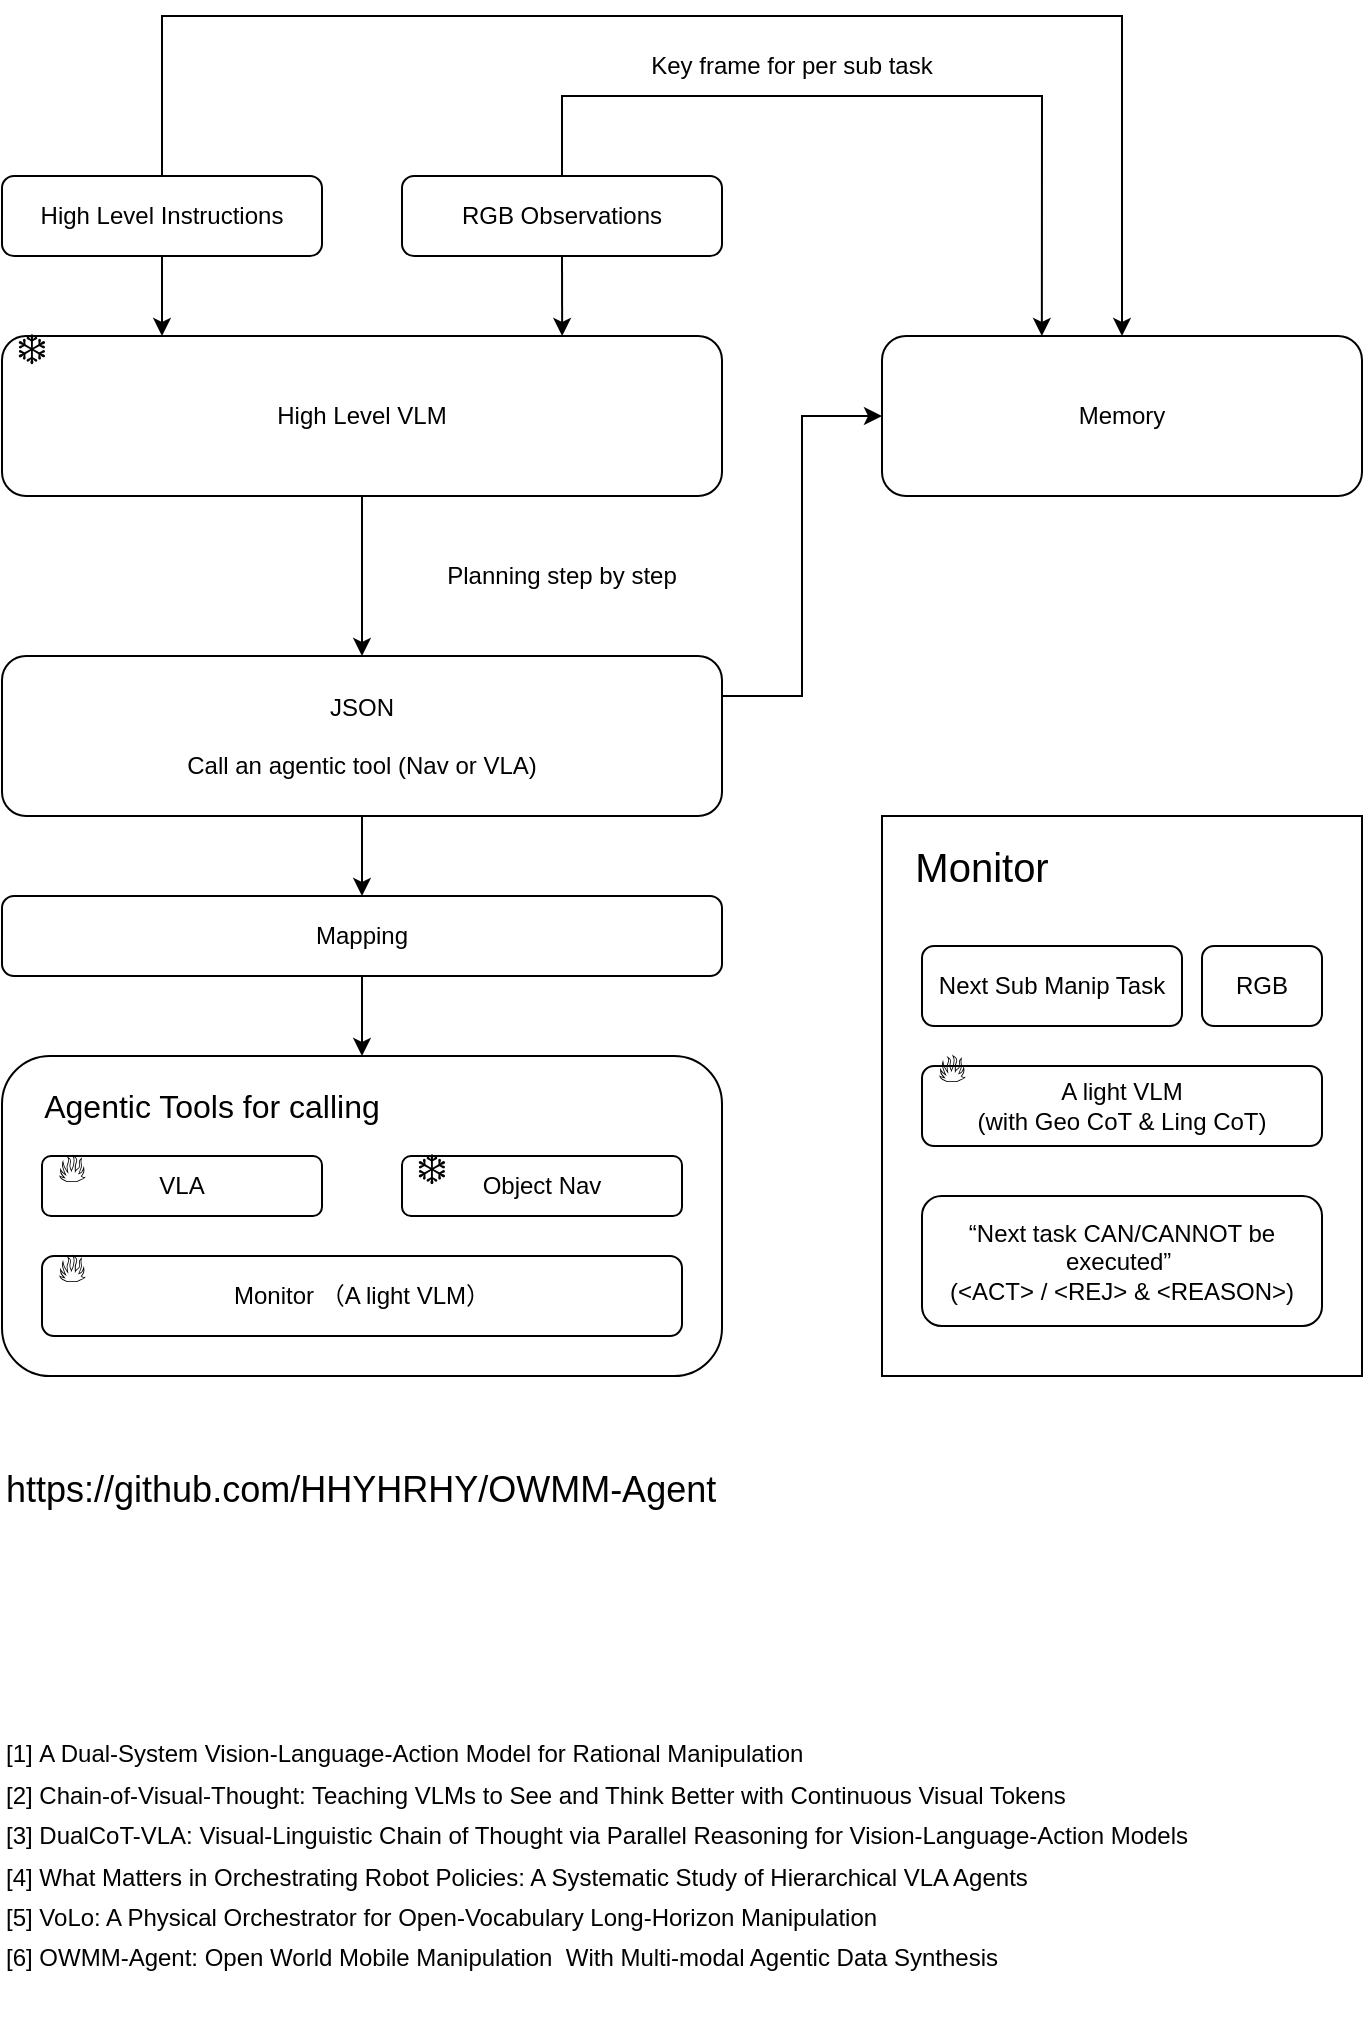
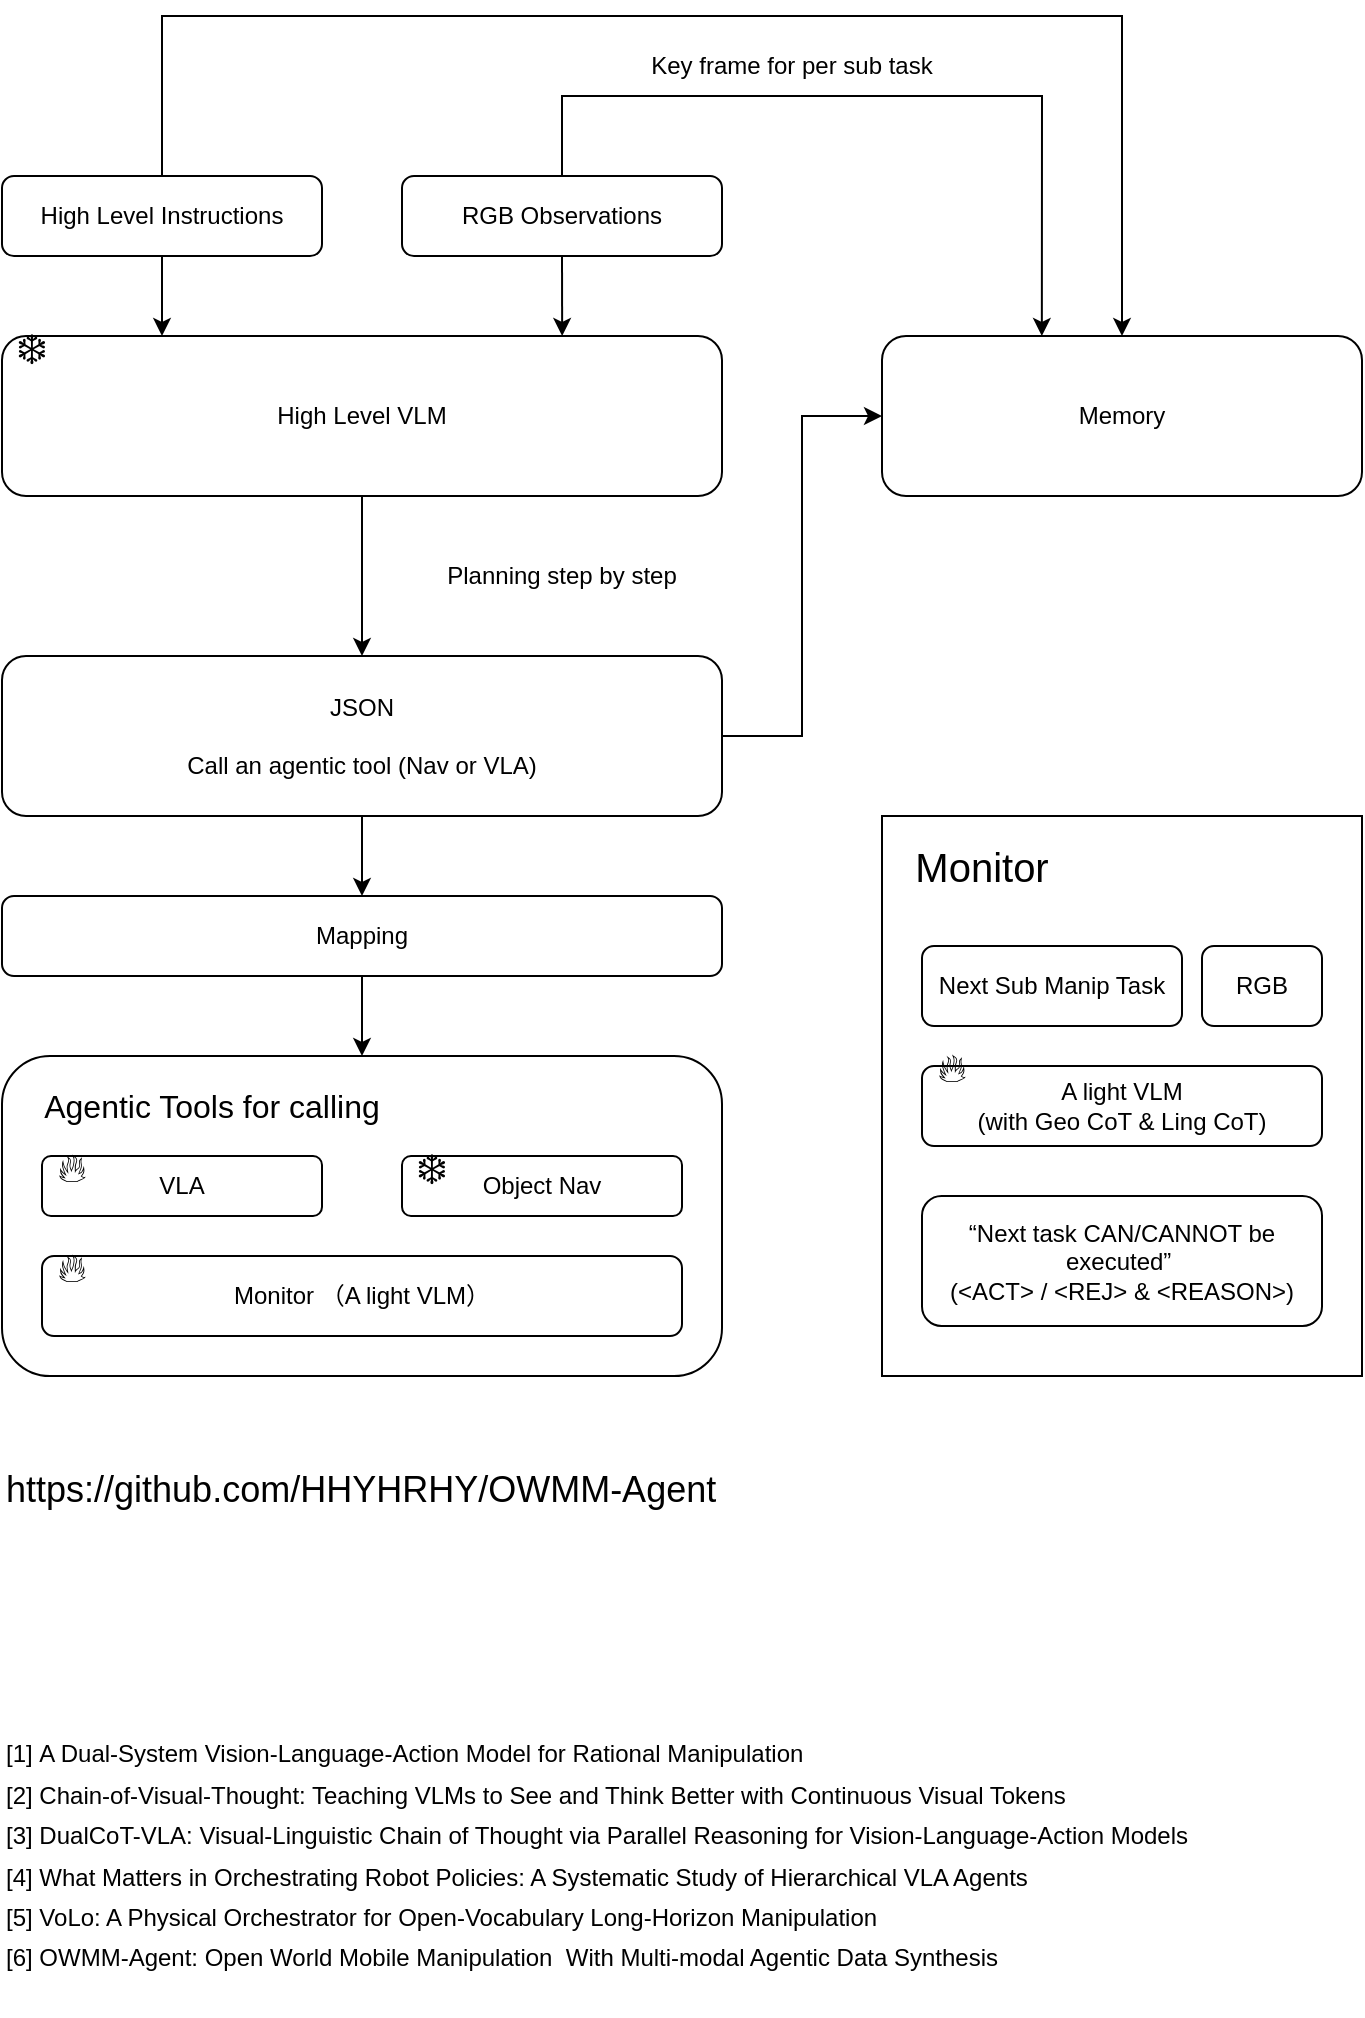
<mxfile host="app.diagrams.net" agent="Mozilla/5.0 (Macintosh; Intel Mac OS X 10_15_7) AppleWebKit/537.36 (KHTML, like Gecko) Chrome/149.0.0.0 Safari/537.36" version="29.6.4">
  <diagram name="第 1 页" id="SWobSzjGXZ1coKkqmKQ2">
-     <mxGraphModel dx="1351" dy="851" grid="1" gridSize="10" guides="1" tooltips="1" connect="1" arrows="1" fold="1" page="1" pageScale="1" pageWidth="827" pageHeight="1169" math="0" shadow="0">
+     <mxGraphModel dx="1158" dy="730" grid="1" gridSize="10" guides="1" tooltips="1" connect="1" arrows="1" fold="1" page="1" pageScale="1" pageWidth="827" pageHeight="1169" math="0" shadow="0">
      <root>
        <mxCell id="0" />
        <mxCell id="1" parent="0" />
        <mxCell id="7Ym0Fd_QV1WrJOhFT2Ra-2" parent="1" style="rounded=1;whiteSpace=wrap;html=1;" value="High Level Instructions" vertex="1">
          <mxGeometry height="40" width="160" x="80" y="200" as="geometry" />
        </mxCell>
        <mxCell id="7Ym0Fd_QV1WrJOhFT2Ra-3" parent="1" style="rounded=1;whiteSpace=wrap;html=1;" value="RGB Observations" vertex="1">
          <mxGeometry height="40" width="160" x="280" y="200" as="geometry" />
        </mxCell>
        <mxCell id="7Ym0Fd_QV1WrJOhFT2Ra-4" parent="1" style="rounded=1;whiteSpace=wrap;html=1;" value="High Level VLM" vertex="1">
          <mxGeometry height="80" width="360" x="80" y="280" as="geometry" />
        </mxCell>
        <mxCell id="7Ym0Fd_QV1WrJOhFT2Ra-5" edge="1" parent="1" source="7Ym0Fd_QV1WrJOhFT2Ra-2" style="endArrow=classic;html=1;rounded=0;exitX=0.5;exitY=1;exitDx=0;exitDy=0;" value="">
          <mxGeometry height="50" relative="1" width="50" as="geometry">
            <mxPoint x="540" y="590" as="sourcePoint" />
            <mxPoint x="160" y="280" as="targetPoint" />
          </mxGeometry>
        </mxCell>
        <mxCell id="7Ym0Fd_QV1WrJOhFT2Ra-6" edge="1" parent="1" source="7Ym0Fd_QV1WrJOhFT2Ra-3" style="endArrow=classic;html=1;rounded=0;exitX=0.5;exitY=1;exitDx=0;exitDy=0;entryX=0.778;entryY=0;entryDx=0;entryDy=0;entryPerimeter=0;" target="7Ym0Fd_QV1WrJOhFT2Ra-4" value="">
          <mxGeometry height="50" relative="1" width="50" as="geometry">
            <mxPoint x="270" y="260" as="sourcePoint" />
            <mxPoint x="370" y="310" as="targetPoint" />
          </mxGeometry>
        </mxCell>
        <mxCell id="7Ym0Fd_QV1WrJOhFT2Ra-7" parent="1" style="rounded=1;whiteSpace=wrap;html=1;" value="" vertex="1">
          <mxGeometry height="160" width="360" x="80" y="640" as="geometry" />
        </mxCell>
        <mxCell id="7Ym0Fd_QV1WrJOhFT2Ra-8" parent="1" style="text;html=1;whiteSpace=wrap;strokeColor=none;fillColor=none;align=center;verticalAlign=middle;rounded=0;fontSize=16;" value="Agentic Tools for calling" vertex="1">
          <mxGeometry height="30" width="170" x="100" y="650" as="geometry" />
        </mxCell>
        <mxCell id="7Ym0Fd_QV1WrJOhFT2Ra-9" parent="1" style="rounded=1;whiteSpace=wrap;html=1;" value="VLA" vertex="1">
          <mxGeometry height="30" width="140" x="100" y="690" as="geometry" />
        </mxCell>
        <mxCell id="7Ym0Fd_QV1WrJOhFT2Ra-10" parent="1" style="rounded=1;whiteSpace=wrap;html=1;" value="Object Nav" vertex="1">
          <mxGeometry height="30" width="140" x="280" y="690" as="geometry" />
        </mxCell>
        <mxCell id="7Ym0Fd_QV1WrJOhFT2Ra-18" edge="1" parent="1" source="7Ym0Fd_QV1WrJOhFT2Ra-12" style="edgeStyle=orthogonalEdgeStyle;rounded=0;orthogonalLoop=1;jettySize=auto;html=1;" target="7Ym0Fd_QV1WrJOhFT2Ra-17" value="">
          <mxGeometry relative="1" as="geometry" />
        </mxCell>
        <mxCell id="7Ym0Fd_QV1WrJOhFT2Ra-33" edge="1" parent="1" source="7Ym0Fd_QV1WrJOhFT2Ra-12" style="edgeStyle=orthogonalEdgeStyle;rounded=0;orthogonalLoop=1;jettySize=auto;html=1;exitX=1;exitY=0.5;exitDx=0;exitDy=0;entryX=0;entryY=0.5;entryDx=0;entryDy=0;" target="7Ym0Fd_QV1WrJOhFT2Ra-21">
          <mxGeometry relative="1" as="geometry">
            <Array as="points">
-               <mxPoint x="440" y="460" />
-               <mxPoint x="480" y="460" />
+               <mxPoint x="480" y="480" />
              <mxPoint x="480" y="320" />
            </Array>
          </mxGeometry>
        </mxCell>
        <mxCell id="7Ym0Fd_QV1WrJOhFT2Ra-12" parent="1" style="rounded=1;whiteSpace=wrap;html=1;" value="&lt;div&gt;&lt;br&gt;&lt;/div&gt;JSON&lt;div&gt;&lt;br&gt;&lt;/div&gt;&lt;div&gt;Call an agentic tool (Nav or VLA)&lt;/div&gt;&lt;div&gt;&lt;br&gt;&lt;/div&gt;" vertex="1">
          <mxGeometry height="80" width="360" x="80" y="440" as="geometry" />
        </mxCell>
        <mxCell id="7Ym0Fd_QV1WrJOhFT2Ra-13" edge="1" parent="1" source="7Ym0Fd_QV1WrJOhFT2Ra-4" style="endArrow=classic;html=1;rounded=0;exitX=0.5;exitY=1;exitDx=0;exitDy=0;entryX=0.5;entryY=0;entryDx=0;entryDy=0;" target="7Ym0Fd_QV1WrJOhFT2Ra-12" value="">
          <mxGeometry height="50" relative="1" width="50" as="geometry">
            <mxPoint x="520" y="410" as="sourcePoint" />
            <mxPoint x="570" y="360" as="targetPoint" />
          </mxGeometry>
        </mxCell>
        <mxCell id="7Ym0Fd_QV1WrJOhFT2Ra-14" parent="1" style="text;html=1;whiteSpace=wrap;strokeColor=none;fillColor=none;align=center;verticalAlign=middle;rounded=0;" value="Planning step by step" vertex="1">
          <mxGeometry height="40" width="160" x="280" y="380" as="geometry" />
        </mxCell>
        <mxCell id="7Ym0Fd_QV1WrJOhFT2Ra-20" edge="1" parent="1" source="7Ym0Fd_QV1WrJOhFT2Ra-17" style="edgeStyle=orthogonalEdgeStyle;rounded=0;orthogonalLoop=1;jettySize=auto;html=1;entryX=0.5;entryY=0;entryDx=0;entryDy=0;" target="7Ym0Fd_QV1WrJOhFT2Ra-7">
          <mxGeometry relative="1" as="geometry" />
        </mxCell>
        <mxCell id="7Ym0Fd_QV1WrJOhFT2Ra-17" parent="1" style="rounded=1;whiteSpace=wrap;html=1;" value="Mapping" vertex="1">
          <mxGeometry height="40" width="360" x="80" y="560" as="geometry" />
        </mxCell>
        <mxCell id="7Ym0Fd_QV1WrJOhFT2Ra-21" parent="1" style="rounded=1;whiteSpace=wrap;html=1;" value="Memory" vertex="1">
          <mxGeometry height="80" width="240" x="520" y="280" as="geometry" />
        </mxCell>
        <mxCell id="7Ym0Fd_QV1WrJOhFT2Ra-25" parent="1" style="text;html=1;whiteSpace=wrap;strokeColor=none;fillColor=none;align=center;verticalAlign=middle;rounded=0;fontSize=20;" value="❄️" vertex="1">
          <mxGeometry height="30" width="30" x="80" y="270" as="geometry" />
        </mxCell>
        <mxCell id="7Ym0Fd_QV1WrJOhFT2Ra-26" parent="1" style="text;html=1;whiteSpace=wrap;strokeColor=none;fillColor=none;align=center;verticalAlign=middle;rounded=0;fontSize=20;" value="🔥" vertex="1">
          <mxGeometry height="30" width="30" x="100" y="680" as="geometry" />
        </mxCell>
        <mxCell id="7Ym0Fd_QV1WrJOhFT2Ra-27" parent="1" style="text;html=1;whiteSpace=wrap;strokeColor=none;fillColor=none;align=center;verticalAlign=middle;rounded=0;fontSize=20;" value="❄️" vertex="1">
          <mxGeometry height="30" width="30" x="280" y="680" as="geometry" />
        </mxCell>
        <mxCell id="7Ym0Fd_QV1WrJOhFT2Ra-29" edge="1" parent="1" source="7Ym0Fd_QV1WrJOhFT2Ra-2" style="endArrow=classic;html=1;rounded=0;exitX=0.5;exitY=0;exitDx=0;exitDy=0;entryX=0.5;entryY=0;entryDx=0;entryDy=0;" target="7Ym0Fd_QV1WrJOhFT2Ra-21" value="">
          <mxGeometry height="50" relative="1" width="50" as="geometry">
            <Array as="points">
              <mxPoint x="160" y="120" />
              <mxPoint x="640" y="120" />
            </Array>
            <mxPoint x="350" y="670" as="sourcePoint" />
            <mxPoint x="660" y="160" as="targetPoint" />
          </mxGeometry>
        </mxCell>
        <mxCell id="7Ym0Fd_QV1WrJOhFT2Ra-31" edge="1" parent="1" style="endArrow=classic;html=1;rounded=0;exitX=0.5;exitY=0;exitDx=0;exitDy=0;entryX=0.333;entryY=0;entryDx=0;entryDy=0;entryPerimeter=0;" target="7Ym0Fd_QV1WrJOhFT2Ra-21" value="">
          <mxGeometry height="50" relative="1" width="50" as="geometry">
            <Array as="points">
              <mxPoint x="360" y="160" />
              <mxPoint x="600" y="160" />
            </Array>
            <mxPoint x="360" y="200" as="sourcePoint" />
            <mxPoint x="840" y="200" as="targetPoint" />
          </mxGeometry>
        </mxCell>
        <mxCell id="7Ym0Fd_QV1WrJOhFT2Ra-32" parent="1" style="text;html=1;whiteSpace=wrap;strokeColor=none;fillColor=none;align=center;verticalAlign=middle;rounded=0;" value="Key frame for per sub task" vertex="1">
          <mxGeometry height="30" width="150" x="400" y="130" as="geometry" />
        </mxCell>
        <mxCell id="7Ym0Fd_QV1WrJOhFT2Ra-40" parent="1" style="rounded=1;whiteSpace=wrap;html=1;" value="Monitor （A light VLM）" vertex="1">
          <mxGeometry height="40" width="320" x="100" y="740" as="geometry" />
        </mxCell>
        <mxCell id="7Ym0Fd_QV1WrJOhFT2Ra-23" parent="1" style="text;html=1;whiteSpace=wrap;strokeColor=none;fillColor=none;align=center;verticalAlign=middle;rounded=0;fontSize=20;" value="🔥" vertex="1">
          <mxGeometry height="30" width="30" x="100" y="730" as="geometry" />
        </mxCell>
        <mxCell id="7Ym0Fd_QV1WrJOhFT2Ra-41" parent="1" style="rounded=0;whiteSpace=wrap;html=1;" value="" vertex="1">
          <mxGeometry height="280" width="240" x="520" y="520" as="geometry" />
        </mxCell>
        <mxCell id="7Ym0Fd_QV1WrJOhFT2Ra-42" parent="1" style="text;html=1;whiteSpace=wrap;strokeColor=none;fillColor=none;align=center;verticalAlign=middle;rounded=0;fontSize=20;" value="Monitor" vertex="1">
          <mxGeometry height="30" width="60" x="540" y="530" as="geometry" />
        </mxCell>
        <mxCell id="7Ym0Fd_QV1WrJOhFT2Ra-43" parent="1" style="rounded=1;whiteSpace=wrap;html=1;" value="A light VLM&lt;div&gt;(with Geo CoT &amp;amp; Ling CoT)&lt;/div&gt;" vertex="1">
          <mxGeometry height="40" width="200" x="540" y="645" as="geometry" />
        </mxCell>
        <mxCell id="7Ym0Fd_QV1WrJOhFT2Ra-44" parent="1" style="rounded=1;whiteSpace=wrap;html=1;" value="Next Sub Manip Task" vertex="1">
          <mxGeometry height="40" width="130" x="540" y="585" as="geometry" />
        </mxCell>
        <mxCell id="7Ym0Fd_QV1WrJOhFT2Ra-45" parent="1" style="rounded=1;whiteSpace=wrap;html=1;" value="RGB" vertex="1">
          <mxGeometry height="40" width="60" x="680" y="585" as="geometry" />
        </mxCell>
        <mxCell id="7Ym0Fd_QV1WrJOhFT2Ra-46" parent="1" style="rounded=1;whiteSpace=wrap;html=1;" value="“Next task CAN/CANNOT be executed”&amp;nbsp;&lt;div&gt;(&amp;lt;ACT&amp;gt; / &amp;lt;REJ&amp;gt; &amp;amp; &amp;lt;REASON&amp;gt;)&lt;/div&gt;" vertex="1">
          <mxGeometry height="65" width="200" x="540" y="710" as="geometry" />
        </mxCell>
        <mxCell id="7Ym0Fd_QV1WrJOhFT2Ra-49" parent="1" style="text;html=1;whiteSpace=wrap;strokeColor=none;fillColor=none;align=left;verticalAlign=middle;rounded=0;" value="&lt;div style=&quot;line-height: 170%;&quot;&gt;[1]&amp;nbsp;A Dual-System Vision-Language-Action Model for Rational Manipulation&lt;div&gt;[2]&amp;nbsp;Chain-of-Visual-Thought: Teaching VLMs to See and Think Better with Continuous Visual Tokens&lt;/div&gt;&lt;div&gt;[3]&amp;nbsp;DualCoT-VLA: Visual-Linguistic Chain of Thought via Parallel Reasoning for Vision-Language-Action Models&lt;/div&gt;&lt;div&gt;[4]&amp;nbsp;What Matters in Orchestrating Robot Policies: A Systematic Study of Hierarchical VLA Agents&lt;/div&gt;&lt;div&gt;[5]&amp;nbsp;VoLo: A Physical Orchestrator for Open-Vocabulary Long-Horizon Manipulation&lt;/div&gt;&lt;div&gt;[6]&amp;nbsp;OWMM-Agent: Open World Mobile Manipulation&amp;nbsp; With Multi-modal Agentic Data Synthesis&lt;/div&gt;&lt;/div&gt;" vertex="1">
          <mxGeometry height="160" width="640" x="80" y="960" as="geometry" />
        </mxCell>
        <UserObject label="https://github.com/HHYHRHY/OWMM-Agent" link="https://github.com/HHYHRHY/OWMM-Agent" id="7Ym0Fd_QV1WrJOhFT2Ra-51">
          <mxCell parent="1" style="text;whiteSpace=wrap;fontSize=18;" vertex="1">
            <mxGeometry height="30" width="430" x="80" y="840" as="geometry" />
          </mxCell>
        </UserObject>
        <mxCell id="s1YeV-PujfjgAPbbQcY4-1" parent="1" style="text;html=1;whiteSpace=wrap;strokeColor=none;fillColor=none;align=center;verticalAlign=middle;rounded=0;fontSize=20;" value="🔥" vertex="1">
          <mxGeometry height="30" width="30" x="540" y="630" as="geometry" />
        </mxCell>
      </root>
    </mxGraphModel>
  </diagram>
</mxfile>
